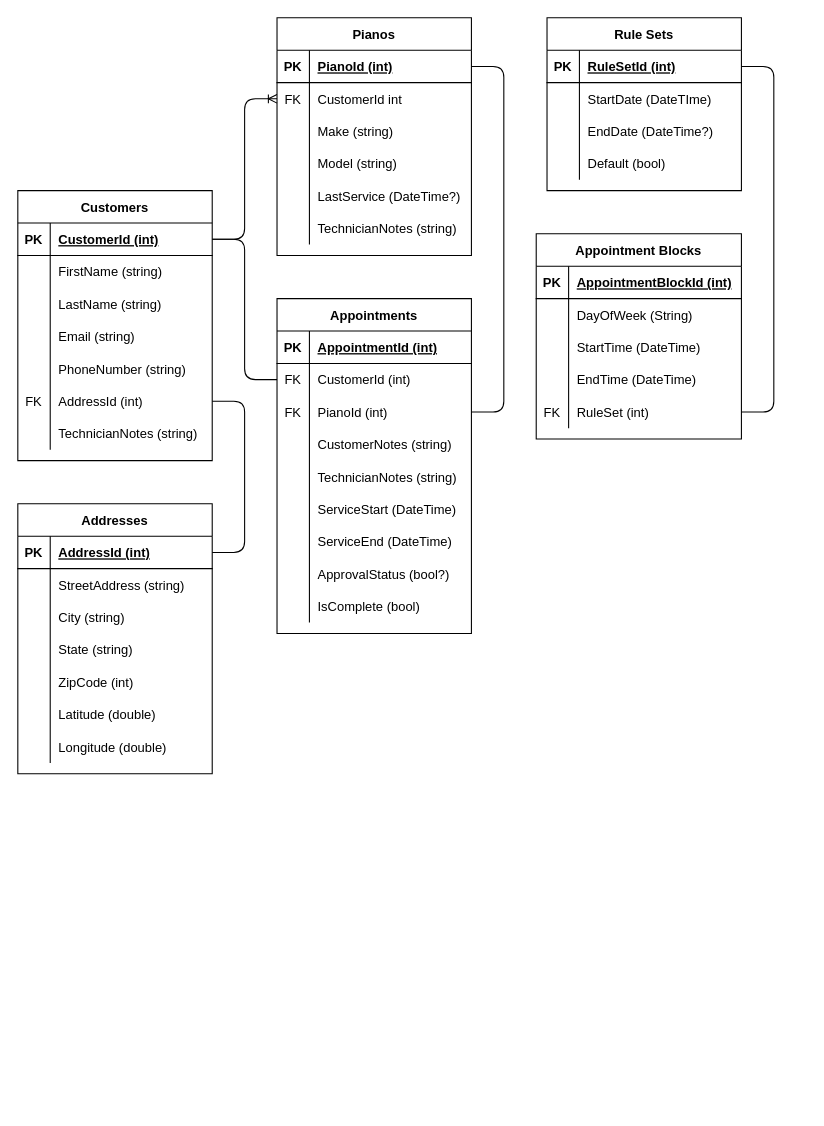
The draw.io diagram Design Outlines/CapstoneERD.drawio in colingalvin/Capstone, before the edit. Source tidied: cells renumbered, new cells numbered last; positions are measured from the earlier drawing's top-left corner, leaving out a move shared by most shapes. Both pictures are drawn from the tidied source at 108%, with x=0, y=0 at pixel (17, 17).
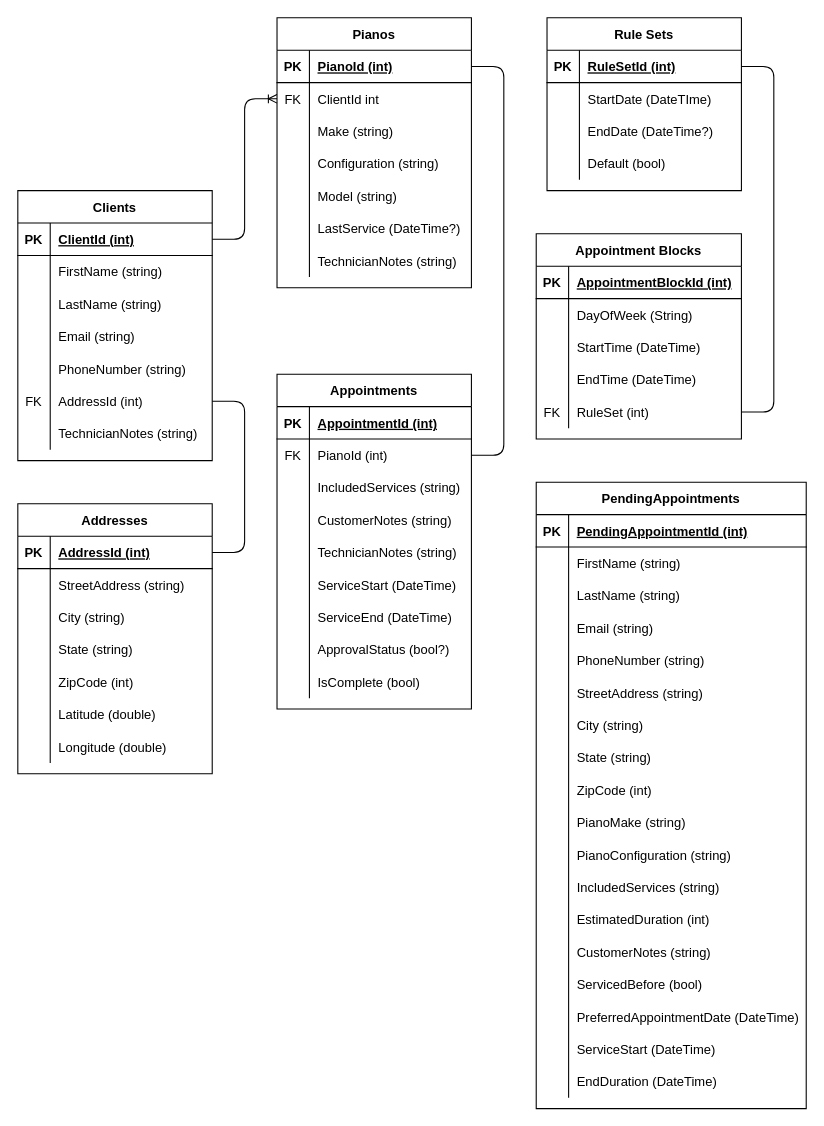
The same page after the edit.

Unchanged cells that the change refers to:
```xml
<mxCell id="3" style="shape=partialRectangle;fillColor=none;top=0;left=0;bottom=1;right=0;points=[[0,0.5],[1,0.5]];portConstraint=eastwest;" parent="2" vertex="1">
  <mxGeometry y="30" width="180" height="30" as="geometry" />
</mxCell>
<mxCell id="28" style="shape=partialRectangle;fillColor=none;top=0;left=0;bottom=0;right=0;points=[[0,0.5],[1,0.5]];portConstraint=eastwest;direction=south;" parent="24" vertex="1">
  <mxGeometry y="60" width="180" height="30" as="geometry" />
</mxCell>
<mxCell id="34" style="shape=partialRectangle;fillColor=none;top=0;left=0;bottom=0;right=0;" parent="24" vertex="1">
  <mxGeometry y="120" width="180" height="30" as="geometry" />
</mxCell>
```

What changed in the source:
```diff
@@
-    <mxCell id="2" value="Customers" style="shape=table;startSize=30;childLayout=tableLayout;rowLines=0;fontStyle=1;align=center;" parent="1" vertex="1">
+    <mxCell id="2" value="Clients" style="shape=table;startSize=30;childLayout=tableLayout;rowLines=0;fontStyle=1;align=center;" parent="1" vertex="1">
       <mxGeometry y="160" width="180" height="250" as="geometry" />
     </mxCell>
@@
-    <mxCell id="5" value="CustomerId (int)" style="shape=partialRectangle;fillColor=none;top=0;left=0;bottom=0;right=0;align=left;spacingLeft=6;fontStyle=5;overflow=hidden;" parent="3" vertex="1">
+    <mxCell id="5" value="ClientId (int)" style="shape=partialRectangle;fillColor=none;top=0;left=0;bottom=0;right=0;align=left;spacingLeft=6;fontStyle=5;overflow=hidden;" parent="3" vertex="1">
       <mxGeometry x="30" width="150" height="30" as="geometry" />
     </mxCell>
@@
     <mxCell id="24" value="Pianos" style="shape=table;startSize=30;childLayout=tableLayout;rowLines=0;fontStyle=1;align=center;" parent="1" vertex="1">
-      <mxGeometry x="240" width="180" height="220" as="geometry" />
+      <mxGeometry x="240" width="180" height="250" as="geometry" />
     </mxCell>
@@
-    <mxCell id="30" value="CustomerId int" style="shape=partialRectangle;fillColor=none;top=0;left=0;bottom=0;right=0;align=left;spacingLeft=6;overflow=hidden;" parent="28" vertex="1">
+    <mxCell id="30" value="ClientId int" style="shape=partialRectangle;fillColor=none;top=0;left=0;bottom=0;right=0;align=left;spacingLeft=6;overflow=hidden;" parent="28" vertex="1">
       <mxGeometry x="30" width="150" height="30" as="geometry" />
     </mxCell>
@@
-    <mxCell id="36" value="Model (string)" style="shape=partialRectangle;fillColor=none;top=0;left=0;bottom=0;right=0;align=left;spacingLeft=6;overflow=hidden;" parent="34" vertex="1">
+    <mxCell id="36" value="Configuration (string)" style="shape=partialRectangle;fillColor=none;top=0;left=0;bottom=0;right=0;align=left;spacingLeft=6;overflow=hidden;" parent="34" vertex="1">
       <mxGeometry x="30" width="150" height="30" as="geometry" />
     </mxCell>
+    <mxCell id="127" style="shape=partialRectangle;fillColor=none;top=0;left=0;bottom=0;right=0;" parent="24" vertex="1">
+      <mxGeometry y="150" width="180" height="30" as="geometry" />
+    </mxCell>
+    <mxCell id="128" style="shape=partialRectangle;fillColor=none;top=0;left=0;bottom=0;right=0;overflow=hidden;" parent="127" vertex="1">
+      <mxGeometry width="30" height="30" as="geometry" />
+    </mxCell>
+    <mxCell id="129" value="Model (string)" style="shape=partialRectangle;fillColor=none;top=0;left=0;bottom=0;right=0;align=left;spacingLeft=6;overflow=hidden;" parent="127" vertex="1">
+      <mxGeometry x="30" width="150" height="30" as="geometry" />
+    </mxCell>
     <mxCell id="37" style="shape=partialRectangle;fillColor=none;top=0;left=0;bottom=0;right=0;direction=south;" parent="24" vertex="1">
-      <mxGeometry y="150" width="180" height="30" as="geometry" />
+      <mxGeometry y="180" width="180" height="30" as="geometry" />
     </mxCell>
@@
     <mxCell id="40" style="shape=partialRectangle;fillColor=none;top=0;left=0;bottom=0;right=0;direction=south;" parent="24" vertex="1">
-      <mxGeometry y="180" width="180" height="30" as="geometry" />
+      <mxGeometry y="210" width="180" height="30" as="geometry" />
     </mxCell>
@@
     <mxCell id="43" value="Appointments" style="shape=table;startSize=30;childLayout=tableLayout;rowLines=0;fontStyle=1;align=center;" parent="1" vertex="1">
-      <mxGeometry x="240" y="260" width="180" height="310" as="geometry" />
+      <mxGeometry x="240" y="330" width="180" height="310" as="geometry" />
     </mxCell>
@@
-    <mxCell id="47" style="shape=partialRectangle;fillColor=none;top=0;left=0;bottom=0;right=0;points=[[0,0.5],[1,0.5]];portConstraint=eastwest;" parent="43" vertex="1">
-      <mxGeometry y="60" width="180" height="30" as="geometry" />
-    </mxCell>
-    <mxCell id="48" value="FK" style="shape=partialRectangle;fillColor=none;top=0;left=0;bottom=0;right=0;overflow=hidden;" parent="47" vertex="1">
-      <mxGeometry width="30" height="30" as="geometry" />
-    </mxCell>
-    <mxCell id="49" value="CustomerId (int)" style="shape=partialRectangle;fillColor=none;top=0;left=0;bottom=0;right=0;align=left;spacingLeft=6;overflow=hidden;" parent="47" vertex="1">
-      <mxGeometry x="30" width="150" height="30" as="geometry" />
-    </mxCell>
     <mxCell id="50" style="shape=partialRectangle;fillColor=none;top=0;left=0;bottom=0;right=0;points=[[0,0.5],[1,0.5]];portConstraint=eastwest;" parent="43" vertex="1">
-      <mxGeometry y="90" width="180" height="30" as="geometry" />
+      <mxGeometry y="60" width="180" height="30" as="geometry" />
     </mxCell>
@@
+    <mxCell id="130" style="shape=partialRectangle;fillColor=none;top=0;left=0;bottom=0;right=0;" parent="43" vertex="1">
+      <mxGeometry y="90" width="180" height="30" as="geometry" />
+    </mxCell>
+    <mxCell id="131" style="shape=partialRectangle;fillColor=none;top=0;left=0;bottom=0;right=0;overflow=hidden;" parent="130" vertex="1">
+      <mxGeometry width="30" height="30" as="geometry" />
+    </mxCell>
+    <mxCell id="132" value="IncludedServices (string)" style="shape=partialRectangle;fillColor=none;top=0;left=0;bottom=0;right=0;align=left;spacingLeft=6;overflow=hidden;" parent="130" vertex="1">
+      <mxGeometry x="30" width="150" height="30" as="geometry" />
+    </mxCell>
@@
-    <mxCell id="125" style="endArrow=none;html=1;rounded=1;exitX=1;exitY=0.5;exitDx=0;exitDy=0;entryX=0;entryY=0.5;entryDx=0;entryDy=0;edgeStyle=entityRelationEdgeStyle;" parent="1" edge="1" source="3" target="47">
-      <mxGeometry relative="1" as="geometry" />
-    </mxCell>
@@
+    <mxCell id="133" value="PendingAppointments" style="shape=table;startSize=30;childLayout=tableLayout;rowLines=0;fontStyle=1;align=center;" parent="1" vertex="1">
+      <mxGeometry x="480" y="430" width="250" height="580" as="geometry" />
+    </mxCell>
+    <mxCell id="134" style="shape=partialRectangle;fillColor=none;top=0;left=0;bottom=1;right=0;" parent="133" vertex="1">
+      <mxGeometry y="30" width="250" height="30" as="geometry" />
+    </mxCell>
+    <mxCell id="135" value="PK" style="shape=partialRectangle;fillColor=none;top=0;left=0;bottom=0;right=0;fontStyle=1;overflow=hidden;" parent="134" vertex="1">
+      <mxGeometry width="30" height="30" as="geometry" />
+    </mxCell>
+    <mxCell id="136" value="PendingAppointmentId (int)" style="shape=partialRectangle;fillColor=none;top=0;left=0;bottom=0;right=0;align=left;spacingLeft=6;fontStyle=5;overflow=hidden;" parent="134" vertex="1">
+      <mxGeometry x="30" width="220" height="30" as="geometry" />
+    </mxCell>
+    <mxCell id="137" style="shape=partialRectangle;fillColor=none;top=0;left=0;bottom=0;right=0;" parent="133" vertex="1">
+      <mxGeometry y="60" width="250" height="30" as="geometry" />
+    </mxCell>
+    <mxCell id="138" style="shape=partialRectangle;fillColor=none;top=0;left=0;bottom=0;right=0;overflow=hidden;" parent="137" vertex="1">
+      <mxGeometry width="30" height="30" as="geometry" />
+    </mxCell>
+    <mxCell id="139" value="FirstName (string)" style="shape=partialRectangle;fillColor=none;top=0;left=0;bottom=0;right=0;align=left;spacingLeft=6;overflow=hidden;" parent="137" vertex="1">
+      <mxGeometry x="30" width="220" height="30" as="geometry" />
+    </mxCell>
+    <mxCell id="140" style="shape=partialRectangle;fillColor=none;top=0;left=0;bottom=0;right=0;" parent="133" vertex="1">
+      <mxGeometry y="90" width="250" height="30" as="geometry" />
+    </mxCell>
+    <mxCell id="141" style="shape=partialRectangle;fillColor=none;top=0;left=0;bottom=0;right=0;overflow=hidden;" parent="140" vertex="1">
+      <mxGeometry width="30" height="30" as="geometry" />
+    </mxCell>
+    <mxCell id="142" value="LastName (string)" style="shape=partialRectangle;fillColor=none;top=0;left=0;bottom=0;right=0;align=left;spacingLeft=6;overflow=hidden;" parent="140" vertex="1">
+      <mxGeometry x="30" width="220" height="30" as="geometry" />
+    </mxCell>
+    <mxCell id="143" style="shape=partialRectangle;fillColor=none;top=0;left=0;bottom=0;right=0;direction=south;" parent="133" vertex="1">
+      <mxGeometry y="120" width="250" height="30" as="geometry" />
+    </mxCell>
+    <mxCell id="144" style="shape=partialRectangle;fillColor=none;top=0;left=0;bottom=0;right=0;overflow=hidden;" parent="143" vertex="1">
+      <mxGeometry width="30" height="30" as="geometry" />
+    </mxCell>
+    <mxCell id="145" value="Email (string)" style="shape=partialRectangle;fillColor=none;top=0;left=0;bottom=0;right=0;align=left;spacingLeft=6;overflow=hidden;" parent="143" vertex="1">
+      <mxGeometry x="30" width="220" height="30" as="geometry" />
+    </mxCell>
+    <mxCell id="146" style="shape=partialRectangle;fillColor=none;top=0;left=0;bottom=0;right=0;direction=south;" parent="133" vertex="1">
+      <mxGeometry y="150" width="250" height="30" as="geometry" />
+    </mxCell>
+    <mxCell id="147" style="shape=partialRectangle;fillColor=none;top=0;left=0;bottom=0;right=0;overflow=hidden;" parent="146" vertex="1">
+      <mxGeometry width="30" height="30" as="geometry" />
+    </mxCell>
+    <mxCell id="148" value="PhoneNumber (string)" style="shape=partialRectangle;fillColor=none;top=0;left=0;bottom=0;right=0;align=left;spacingLeft=6;overflow=hidden;" parent="146" vertex="1">
+      <mxGeometry x="30" width="220" height="30" as="geometry" />
+    </mxCell>
+    <mxCell id="149" style="shape=partialRectangle;fillColor=none;top=0;left=0;bottom=0;right=0;direction=south;" parent="133" vertex="1">
+      <mxGeometry y="180" width="250" height="30" as="geometry" />
+    </mxCell>
+    <mxCell id="150" style="shape=partialRectangle;fillColor=none;top=0;left=0;bottom=0;right=0;overflow=hidden;" parent="149" vertex="1">
+      <mxGeometry width="30" height="30" as="geometry" />
+    </mxCell>
+    <mxCell id="151" value="StreetAddress (string)" style="shape=partialRectangle;fillColor=none;top=0;left=0;bottom=0;right=0;align=left;spacingLeft=6;overflow=hidden;" parent="149" vertex="1">
+      <mxGeometry x="30" width="220" height="30" as="geometry" />
+    </mxCell>
+    <mxCell id="152" style="shape=partialRectangle;fillColor=none;top=0;left=0;bottom=0;right=0;direction=south;" parent="133" vertex="1">
+      <mxGeometry y="210" width="250" height="30" as="geometry" />
+    </mxCell>
+    <mxCell id="153" style="shape=partialRectangle;fillColor=none;top=0;left=0;bottom=0;right=0;overflow=hidden;" parent="152" vertex="1">
+      <mxGeometry width="30" height="30" as="geometry" />
+    </mxCell>
+    <mxCell id="154" value="City (string)" style="shape=partialRectangle;fillColor=none;top=0;left=0;bottom=0;right=0;align=left;spacingLeft=6;overflow=hidden;" parent="152" vertex="1">
+      <mxGeometry x="30" width="220" height="30" as="geometry" />
+    </mxCell>
+    <mxCell id="155" style="shape=partialRectangle;fillColor=none;top=0;left=0;bottom=0;right=0;direction=south;" parent="133" vertex="1">
+      <mxGeometry y="240" width="250" height="30" as="geometry" />
+    </mxCell>
+    <mxCell id="156" style="shape=partialRectangle;fillColor=none;top=0;left=0;bottom=0;right=0;overflow=hidden;" parent="155" vertex="1">
+      <mxGeometry width="30" height="30" as="geometry" />
+    </mxCell>
+    <mxCell id="157" value="State (string)" style="shape=partialRectangle;fillColor=none;top=0;left=0;bottom=0;right=0;align=left;spacingLeft=6;overflow=hidden;" parent="155" vertex="1">
+      <mxGeometry x="30" width="220" height="30" as="geometry" />
+    </mxCell>
+    <mxCell id="158" style="shape=partialRectangle;fillColor=none;top=0;left=0;bottom=0;right=0;direction=south;" parent="133" vertex="1">
+      <mxGeometry y="270" width="250" height="30" as="geometry" />
+    </mxCell>
+    <mxCell id="159" style="shape=partialRectangle;fillColor=none;top=0;left=0;bottom=0;right=0;overflow=hidden;" parent="158" vertex="1">
+      <mxGeometry width="30" height="30" as="geometry" />
+    </mxCell>
+    <mxCell id="160" value="ZipCode (int)" style="shape=partialRectangle;fillColor=none;top=0;left=0;bottom=0;right=0;align=left;spacingLeft=6;overflow=hidden;" parent="158" vertex="1">
+      <mxGeometry x="30" width="220" height="30" as="geometry" />
+    </mxCell>
+    <mxCell id="161" style="shape=partialRectangle;fillColor=none;top=0;left=0;bottom=0;right=0;direction=south;" parent="133" vertex="1">
+      <mxGeometry y="300" width="250" height="30" as="geometry" />
+    </mxCell>
+    <mxCell id="162" style="shape=partialRectangle;fillColor=none;top=0;left=0;bottom=0;right=0;overflow=hidden;" parent="161" vertex="1">
+      <mxGeometry width="30" height="30" as="geometry" />
+    </mxCell>
+    <mxCell id="163" value="PianoMake (string)" style="shape=partialRectangle;fillColor=none;top=0;left=0;bottom=0;right=0;align=left;spacingLeft=6;overflow=hidden;" parent="161" vertex="1">
+      <mxGeometry x="30" width="220" height="30" as="geometry" />
+    </mxCell>
+    <mxCell id="164" style="shape=partialRectangle;fillColor=none;top=0;left=0;bottom=0;right=0;direction=south;" parent="133" vertex="1">
+      <mxGeometry y="330" width="250" height="30" as="geometry" />
+    </mxCell>
+    <mxCell id="165" style="shape=partialRectangle;fillColor=none;top=0;left=0;bottom=0;right=0;overflow=hidden;" parent="164" vertex="1">
+      <mxGeometry width="30" height="30" as="geometry" />
+    </mxCell>
+    <mxCell id="166" value="PianoConfiguration (string)" style="shape=partialRectangle;fillColor=none;top=0;left=0;bottom=0;right=0;align=left;spacingLeft=6;overflow=hidden;" parent="164" vertex="1">
+      <mxGeometry x="30" width="220" height="30" as="geometry" />
+    </mxCell>
+    <mxCell id="167" style="shape=partialRectangle;fillColor=none;top=0;left=0;bottom=0;right=0;direction=south;" parent="133" vertex="1">
+      <mxGeometry y="360" width="250" height="30" as="geometry" />
+    </mxCell>
+    <mxCell id="168" style="shape=partialRectangle;fillColor=none;top=0;left=0;bottom=0;right=0;overflow=hidden;" parent="167" vertex="1">
+      <mxGeometry width="30" height="30" as="geometry" />
+    </mxCell>
+    <mxCell id="169" value="IncludedServices (string)" style="shape=partialRectangle;fillColor=none;top=0;left=0;bottom=0;right=0;align=left;spacingLeft=6;overflow=hidden;" parent="167" vertex="1">
+      <mxGeometry x="30" width="220" height="30" as="geometry" />
+    </mxCell>
+    <mxCell id="170" style="shape=partialRectangle;fillColor=none;top=0;left=0;bottom=0;right=0;direction=south;" parent="133" vertex="1">
+      <mxGeometry y="390" width="250" height="30" as="geometry" />
+    </mxCell>
+    <mxCell id="171" style="shape=partialRectangle;fillColor=none;top=0;left=0;bottom=0;right=0;overflow=hidden;" parent="170" vertex="1">
+      <mxGeometry width="30" height="30" as="geometry" />
+    </mxCell>
+    <mxCell id="172" value="EstimatedDuration (int)" style="shape=partialRectangle;fillColor=none;top=0;left=0;bottom=0;right=0;align=left;spacingLeft=6;overflow=hidden;" parent="170" vertex="1">
+      <mxGeometry x="30" width="220" height="30" as="geometry" />
+    </mxCell>
+    <mxCell id="173" style="shape=partialRectangle;fillColor=none;top=0;left=0;bottom=0;right=0;direction=south;" parent="133" vertex="1">
+      <mxGeometry y="420" width="250" height="30" as="geometry" />
+    </mxCell>
+    <mxCell id="174" style="shape=partialRectangle;fillColor=none;top=0;left=0;bottom=0;right=0;overflow=hidden;" parent="173" vertex="1">
+      <mxGeometry width="30" height="30" as="geometry" />
+    </mxCell>
+    <mxCell id="175" value="CustomerNotes (string)" style="shape=partialRectangle;fillColor=none;top=0;left=0;bottom=0;right=0;align=left;spacingLeft=6;overflow=hidden;" parent="173" vertex="1">
+      <mxGeometry x="30" width="220" height="30" as="geometry" />
+    </mxCell>
+    <mxCell id="176" style="shape=partialRectangle;fillColor=none;top=0;left=0;bottom=0;right=0;direction=south;" parent="133" vertex="1">
+      <mxGeometry y="450" width="250" height="30" as="geometry" />
+    </mxCell>
+    <mxCell id="177" style="shape=partialRectangle;fillColor=none;top=0;left=0;bottom=0;right=0;overflow=hidden;" parent="176" vertex="1">
+      <mxGeometry width="30" height="30" as="geometry" />
+    </mxCell>
+    <mxCell id="178" value="ServicedBefore (bool)" style="shape=partialRectangle;fillColor=none;top=0;left=0;bottom=0;right=0;align=left;spacingLeft=6;overflow=hidden;" parent="176" vertex="1">
+      <mxGeometry x="30" width="220" height="30" as="geometry" />
+    </mxCell>
+    <mxCell id="179" style="shape=partialRectangle;fillColor=none;top=0;left=0;bottom=0;right=0;direction=south;" parent="133" vertex="1">
+      <mxGeometry y="480" width="250" height="30" as="geometry" />
+    </mxCell>
+    <mxCell id="180" style="shape=partialRectangle;fillColor=none;top=0;left=0;bottom=0;right=0;overflow=hidden;" parent="179" vertex="1">
+      <mxGeometry width="30" height="30" as="geometry" />
+    </mxCell>
+    <mxCell id="181" value="PreferredAppointmentDate (DateTime)" style="shape=partialRectangle;fillColor=none;top=0;left=0;bottom=0;right=0;align=left;spacingLeft=6;overflow=hidden;" parent="179" vertex="1">
+      <mxGeometry x="30" width="220" height="30" as="geometry" />
+    </mxCell>
+    <mxCell id="182" style="shape=partialRectangle;fillColor=none;top=0;left=0;bottom=0;right=0;direction=south;" parent="133" vertex="1">
+      <mxGeometry y="510" width="250" height="30" as="geometry" />
+    </mxCell>
+    <mxCell id="183" style="shape=partialRectangle;fillColor=none;top=0;left=0;bottom=0;right=0;overflow=hidden;" parent="182" vertex="1">
+      <mxGeometry width="30" height="30" as="geometry" />
+    </mxCell>
+    <mxCell id="184" value="ServiceStart (DateTime)" style="shape=partialRectangle;fillColor=none;top=0;left=0;bottom=0;right=0;align=left;spacingLeft=6;overflow=hidden;" parent="182" vertex="1">
+      <mxGeometry x="30" width="220" height="30" as="geometry" />
+    </mxCell>
+    <mxCell id="185" style="shape=partialRectangle;fillColor=none;top=0;left=0;bottom=0;right=0;direction=south;" parent="133" vertex="1">
+      <mxGeometry y="540" width="250" height="30" as="geometry" />
+    </mxCell>
+    <mxCell id="186" style="shape=partialRectangle;fillColor=none;top=0;left=0;bottom=0;right=0;overflow=hidden;" parent="185" vertex="1">
+      <mxGeometry width="30" height="30" as="geometry" />
+    </mxCell>
+    <mxCell id="187" value="EndDuration (DateTime)" style="shape=partialRectangle;fillColor=none;top=0;left=0;bottom=0;right=0;align=left;spacingLeft=6;overflow=hidden;" parent="185" vertex="1">
+      <mxGeometry x="30" width="220" height="30" as="geometry" />
+    </mxCell>
```
